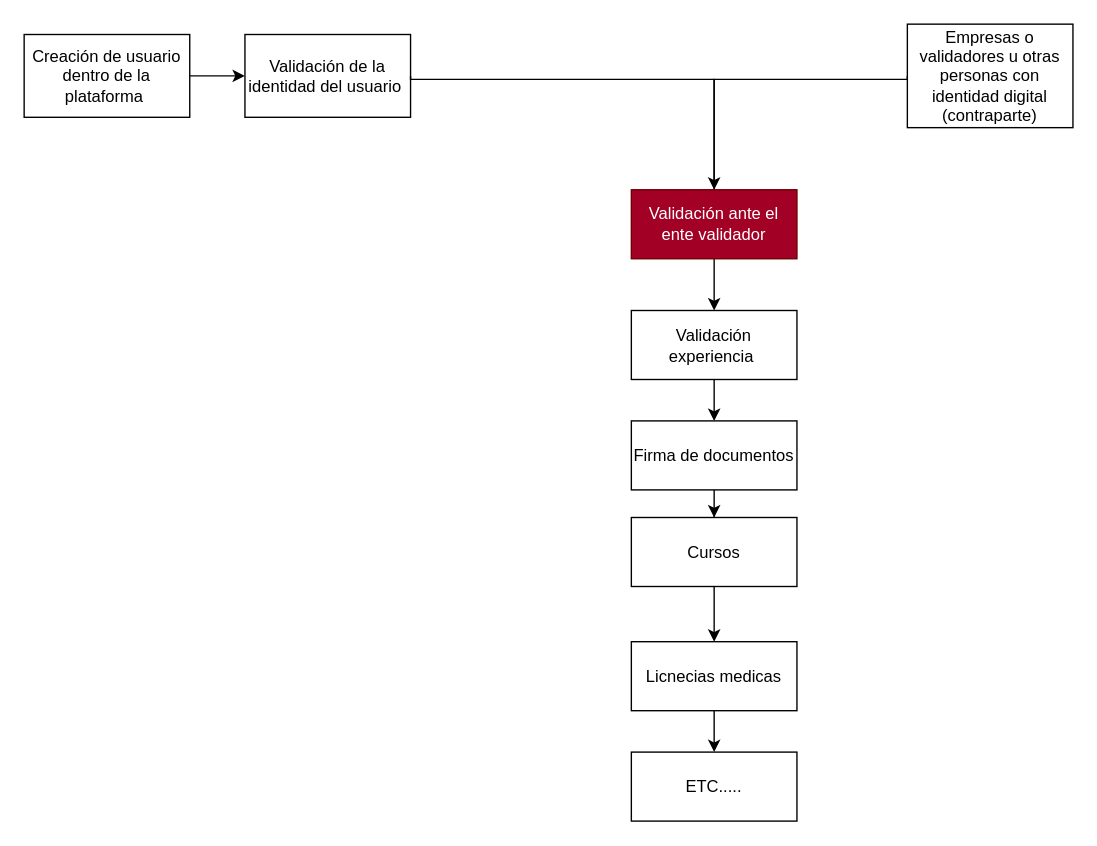
Before: page "Page-2" (2 of 2) of Untitled Diagram.drawio in NFDdata/api-avu, a draw.io diagram. Source tidied: cells renumbered, new cells numbered last; positions are measured from the earlier drawing's top-left corner, leaving out a move shared by most shapes. Both pictures are drawn from the tidied source at 138%, with x=0, y=0 at pixel (23, 23).
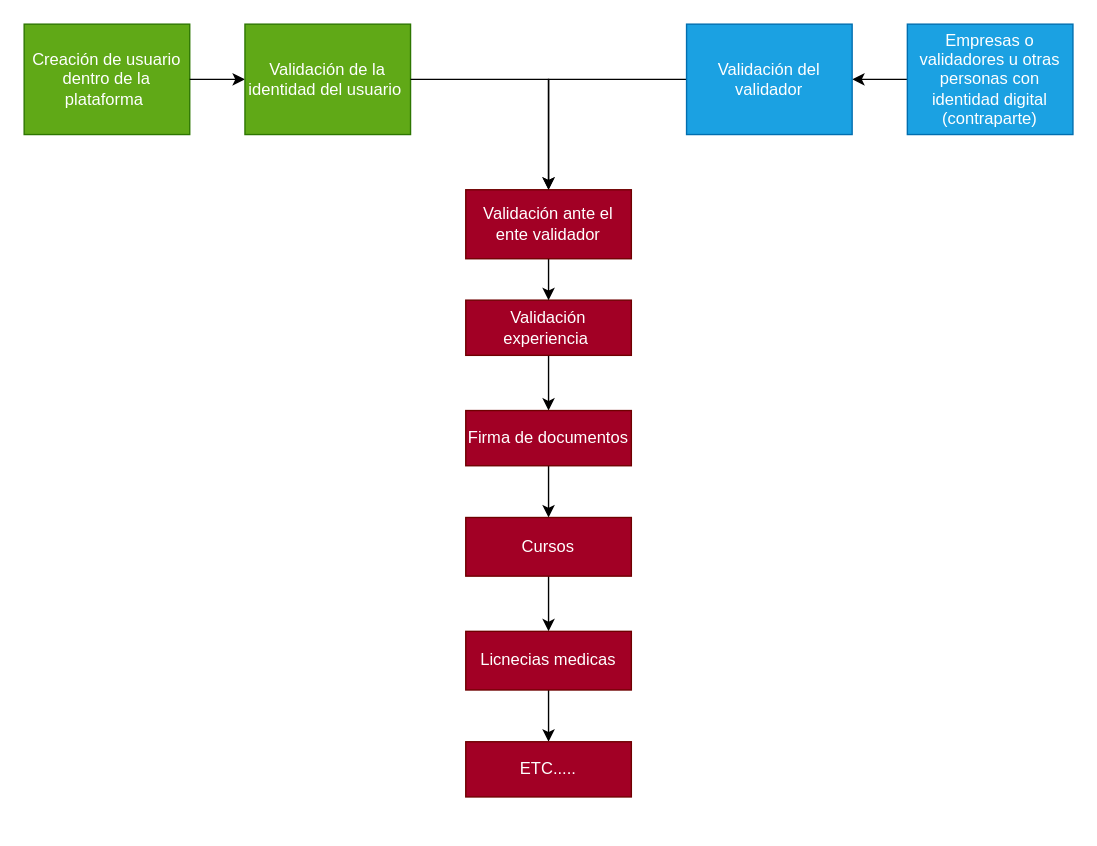
After the change.

The edit, as a diff of the source:
```diff
@@
-    <mxCell id="2" value="Creación de usuario dentro de la plataforma&amp;nbsp;" style="rounded=0;whiteSpace=wrap;html=1;" parent="1" vertex="1">
-      <mxGeometry y="7.5" width="120" height="60" as="geometry" />
+    <mxCell id="2" value="Creación de usuario dentro de la plataforma&amp;nbsp;" style="rounded=0;whiteSpace=wrap;html=1;fillColor=#60a917;fontColor=#ffffff;strokeColor=#2D7600;" parent="1" vertex="1">
+      <mxGeometry width="120" height="80" as="geometry" />
     </mxCell>
@@
-    <mxCell id="4" value="Validación de la identidad del usuario&amp;nbsp;" style="rounded=0;whiteSpace=wrap;html=1;" parent="1" vertex="1">
-      <mxGeometry x="160" y="7.5" width="120" height="60" as="geometry" />
+    <mxCell id="4" value="Validación de la identidad del usuario&amp;nbsp;" style="rounded=0;whiteSpace=wrap;html=1;fillColor=#60a917;fontColor=#ffffff;strokeColor=#2D7600;" parent="1" vertex="1">
+      <mxGeometry x="160" width="120" height="80" as="geometry" />
     </mxCell>
-    <mxCell id="5" style="edgeStyle=orthogonalEdgeStyle;rounded=0;jettySize=auto;html=1;exitX=0;exitY=0.5;exitDx=0;exitDy=0;entryX=0.5;entryY=0;entryDx=0;entryDy=0;" parent="1" edge="1" source="6" target="8">
-      <mxGeometry relative="1" as="geometry">
-        <Array as="points">
-          <mxPoint x="640" y="40" />
-          <mxPoint x="500" y="40" />
-        </Array>
-      </mxGeometry>
-    </mxCell>
+    <mxCell id="19" style="edgeStyle=orthogonalEdgeStyle;rounded=0;jettySize=auto;html=1;" parent="1" edge="1" source="6" target="22">
+      <mxGeometry relative="1" as="geometry" />
+    </mxCell>
-    <mxCell id="6" value="Empresas o validadores u otras personas con identidad digital (contraparte)" style="rounded=0;whiteSpace=wrap;html=1;" parent="1" vertex="1">
-      <mxGeometry x="640" width="120" height="75" as="geometry" />
+    <mxCell id="6" value="Empresas o validadores u otras personas con identidad digital (contraparte)" style="rounded=0;whiteSpace=wrap;html=1;fillColor=#1ba1e2;fontColor=#ffffff;strokeColor=#006EAF;" parent="1" vertex="1">
+      <mxGeometry x="640" width="120" height="80" as="geometry" />
     </mxCell>
@@
-    <mxCell id="8" value="Validación experiencia&amp;nbsp;" style="rounded=0;whiteSpace=wrap;html=1;" parent="1" vertex="1">
-      <mxGeometry x="440" y="207.5" width="120" height="50" as="geometry" />
+    <mxCell id="8" value="Validación experiencia&amp;nbsp;" style="rounded=0;whiteSpace=wrap;html=1;fillColor=#a20025;fontColor=#ffffff;strokeColor=#6F0000;" parent="1" vertex="1">
+      <mxGeometry x="320" y="200" width="120" height="40" as="geometry" />
     </mxCell>
@@
-    <mxCell id="10" value="Firma de documentos" style="rounded=0;whiteSpace=wrap;html=1;" parent="1" vertex="1">
-      <mxGeometry x="440" y="287.5" width="120" height="50" as="geometry" />
+    <mxCell id="10" value="Firma de documentos" style="rounded=0;whiteSpace=wrap;html=1;fillColor=#a20025;fontColor=#ffffff;strokeColor=#6F0000;" parent="1" vertex="1">
+      <mxGeometry x="320" y="280" width="120" height="40" as="geometry" />
     </mxCell>
@@
-    <mxCell id="12" value="Cursos" style="rounded=0;whiteSpace=wrap;html=1;" parent="1" vertex="1">
-      <mxGeometry x="440" y="357.5" width="120" height="50" as="geometry" />
+    <mxCell id="12" value="Cursos" style="rounded=0;whiteSpace=wrap;html=1;fillColor=#a20025;fontColor=#ffffff;strokeColor=#6F0000;" parent="1" vertex="1">
+      <mxGeometry x="320" y="357.5" width="120" height="42.5" as="geometry" />
     </mxCell>
@@
-    <mxCell id="15" value="Licnecias medicas" style="rounded=0;whiteSpace=wrap;html=1;" parent="1" vertex="1">
-      <mxGeometry x="440" y="447.5" width="120" height="50" as="geometry" />
+    <mxCell id="15" value="Licnecias medicas" style="rounded=0;whiteSpace=wrap;html=1;fillColor=#a20025;fontColor=#ffffff;strokeColor=#6F0000;" parent="1" vertex="1">
+      <mxGeometry x="320" y="440" width="120" height="42.5" as="geometry" />
     </mxCell>
-    <mxCell id="16" value="ETC....." style="rounded=0;whiteSpace=wrap;html=1;" parent="1" vertex="1">
-      <mxGeometry x="440" y="527.5" width="120" height="50" as="geometry" />
+    <mxCell id="16" value="ETC....." style="rounded=0;whiteSpace=wrap;html=1;fillColor=#a20025;fontColor=#ffffff;strokeColor=#6F0000;" parent="1" vertex="1">
+      <mxGeometry x="320" y="520" width="120" height="40" as="geometry" />
     </mxCell>
     <mxCell id="17" style="edgeStyle=orthogonalEdgeStyle;rounded=0;jettySize=auto;html=1;exitX=1;exitY=0.5;exitDx=0;exitDy=0;entryX=0.5;entryY=0;entryDx=0;entryDy=0;" parent="1" edge="1" source="4" target="18">
       <mxGeometry relative="1" as="geometry">
         <Array as="points">
-          <mxPoint x="280" y="40" />
-          <mxPoint x="500" y="40" />
+          <mxPoint x="380" y="40" />
         </Array>
       </mxGeometry>
     </mxCell>
+    <mxCell id="20" style="edgeStyle=orthogonalEdgeStyle;rounded=0;jettySize=auto;html=1;exitX=0.5;exitY=1;exitDx=0;exitDy=0;entryX=0.5;entryY=0;entryDx=0;entryDy=0;" parent="1" edge="1" source="18" target="8">
+      <mxGeometry relative="1" as="geometry" />
+    </mxCell>
     <mxCell id="18" value="Validación ante el ente validador" style="rounded=0;whiteSpace=wrap;html=1;fillColor=#a20025;fontColor=#ffffff;strokeColor=#6F0000;" parent="1" vertex="1">
-      <mxGeometry x="440" y="120" width="120" height="50" as="geometry" />
+      <mxGeometry x="320" y="120" width="120" height="50" as="geometry" />
     </mxCell>
+    <mxCell id="21" style="edgeStyle=orthogonalEdgeStyle;rounded=0;jettySize=auto;html=1;exitX=0;exitY=0.5;exitDx=0;exitDy=0;entryX=0.5;entryY=0;entryDx=0;entryDy=0;" parent="1" edge="1" source="22" target="18">
+      <mxGeometry relative="1" as="geometry" />
+    </mxCell>
+    <mxCell id="22" value="Validación del validador" style="rounded=0;whiteSpace=wrap;html=1;fillColor=#1ba1e2;fontColor=#ffffff;strokeColor=#006EAF;" parent="1" vertex="1">
+      <mxGeometry x="480" width="120" height="80" as="geometry" />
+    </mxCell>
```
